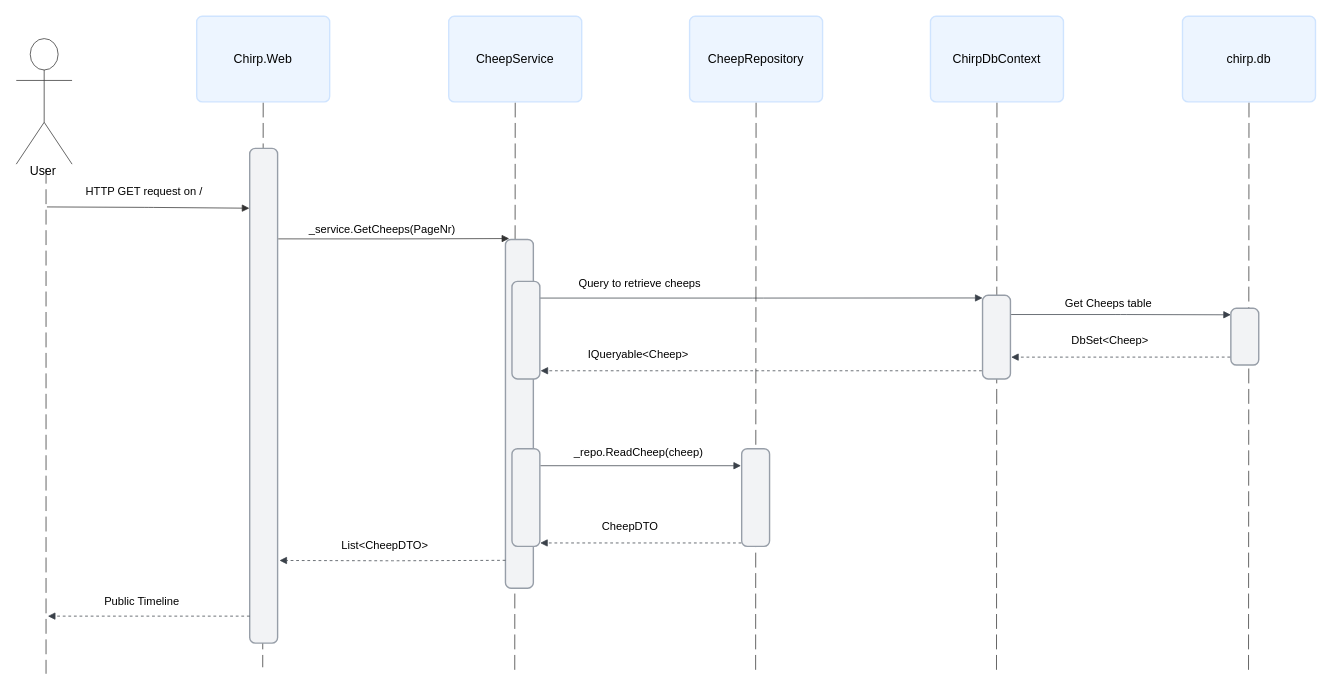
Above: docs/diagrams/PublicTimeline.drawio.xml in ITU-BDSA2024-GROUP28/Chirp (draw.io), before the change. Source tidied: cells renumbered, new cells numbered last; positions are measured from the earlier drawing's top-left corner, leaving out a move shared by most shapes. Both pictures are drawn from the tidied source at 93%, with x=0, y=0 at pixel (16, 16).
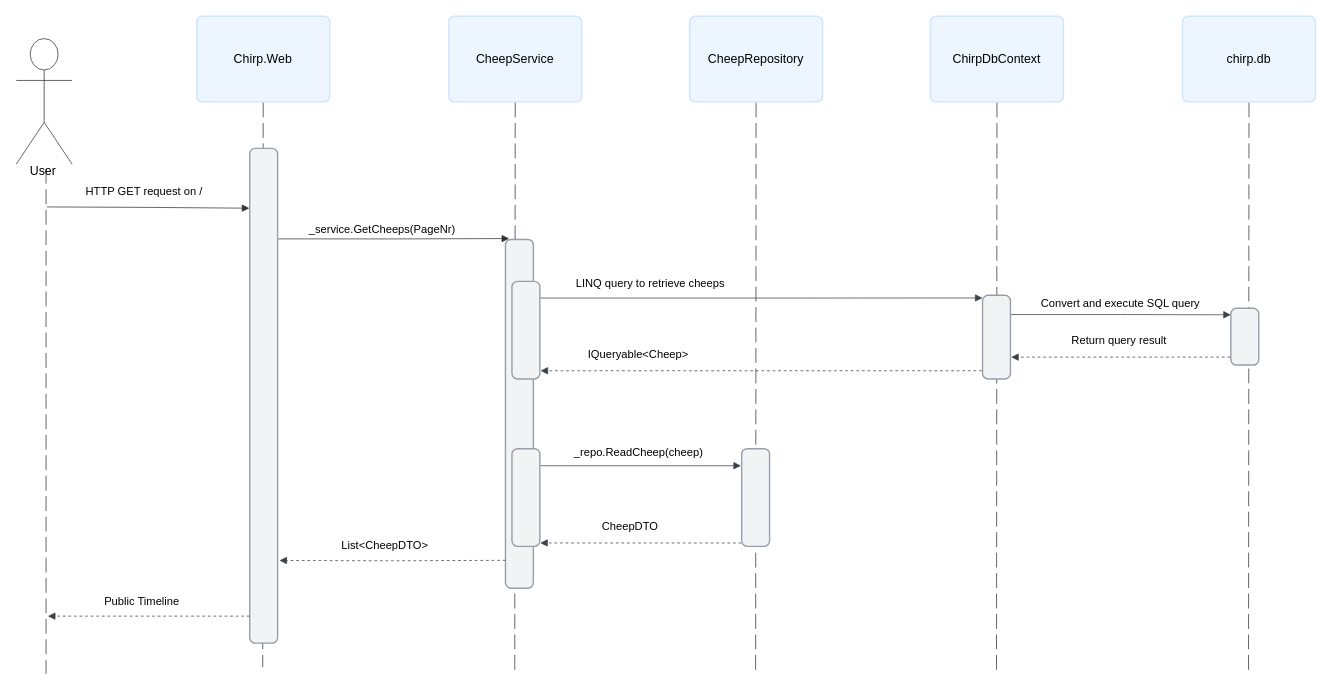
Above is the later version.

Commit message (it also covers changes not shown here):
corrected diagrams

Change to the diagram source:
```diff
@@
-    <mxCell id="31" value="Query to retrieve cheeps" style="text;whiteSpace=wrap;html=1;" parent="1" vertex="1">
-      <mxGeometry x="603" y="274" width="160" height="40" as="geometry" />
+    <mxCell id="31" value="LINQ query to retrieve cheeps" style="text;whiteSpace=wrap;html=1;" parent="1" vertex="1">
+      <mxGeometry x="600" y="274" width="163" height="40" as="geometry" />
     </mxCell>
@@
-    <mxCell id="33" value="Get Cheeps table" style="text;whiteSpace=wrap;html=1;" parent="1" vertex="1">
-      <mxGeometry x="1126" y="295" width="130" height="40" as="geometry" />
+    <mxCell id="33" value="Convert and execute SQL query" style="text;whiteSpace=wrap;html=1;" parent="1" vertex="1">
+      <mxGeometry x="1100" y="295" width="174" height="40" as="geometry" />
     </mxCell>
-    <mxCell id="34" value="DbSet&amp;lt;Cheep&amp;gt;" style="text;whiteSpace=wrap;html=1;" parent="1" vertex="1">
-      <mxGeometry x="1133" y="335" width="97" height="40" as="geometry" />
+    <mxCell id="34" value="Return query result" style="text;whiteSpace=wrap;html=1;" parent="1" vertex="1">
+      <mxGeometry x="1133" y="335" width="107" height="40" as="geometry" />
     </mxCell>
```
